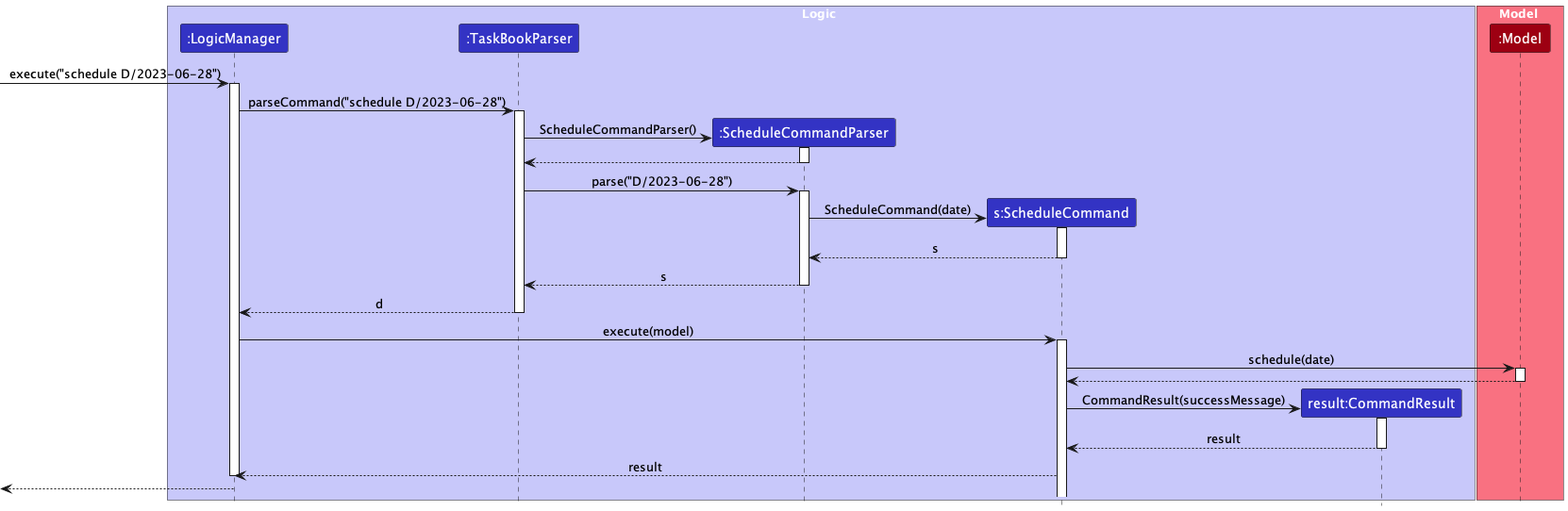
Earlier version of the PlantUML export docs/images/ScheduleCommandNoPlanSequenceDiagram.png (nus-cs2103-AY2223S2/tp).
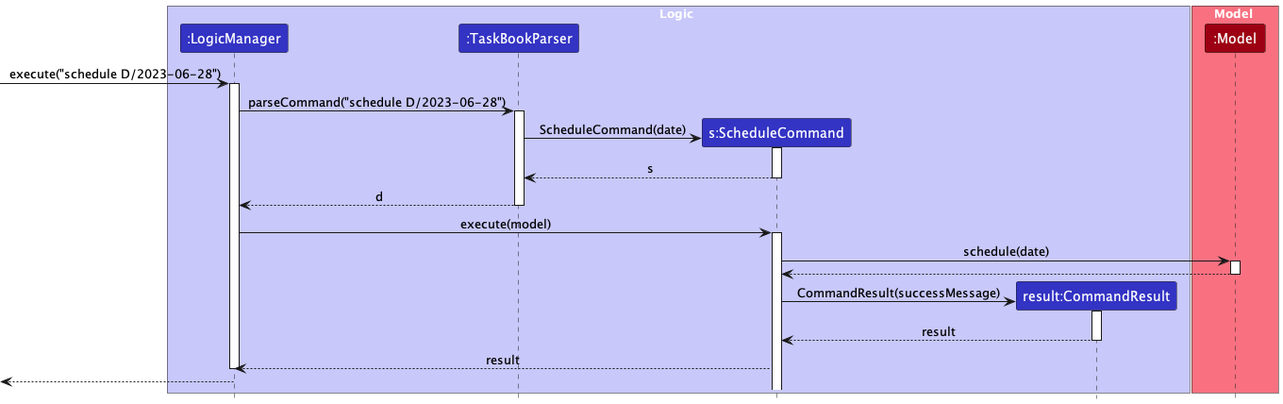
The same diagram one commit later.

Commit message:
Add ppt for allocation algorithm explanations for version control. Simplify sequence diagrams. Format schedule algorithm collapsible sections with HTML tags.

The edit, as a diff of the source:
```diff
@@ -4,7 +4,6 @@
 box Logic LOGIC_COLOR_T1
 participant ":LogicManager" as LogicManager LOGIC_COLOR
 participant ":TaskBookParser" as TaskBookParser LOGIC_COLOR
-participant ":ScheduleCommandParser" as ScheduleCommandParser LOGIC_COLOR
 participant "s:ScheduleCommand" as ScheduleCommand LOGIC_COLOR
 participant "result:CommandResult" as CommandResult LOGIC_COLOR
 end box
@@ -20,25 +19,12 @@
 LogicManager -> TaskBookParser : parseCommand("schedule D/2023-06-28")
 activate TaskBookParser
 
-create ScheduleCommandParser
-TaskBookParser -> ScheduleCommandParser : ScheduleCommandParser()
-activate ScheduleCommandParser
-
-ScheduleCommandParser --> TaskBookParser
-deactivate ScheduleCommandParser
-
-TaskBookParser -> ScheduleCommandParser : parse("D/2023-06-28")
-activate ScheduleCommandParser
-
 create ScheduleCommand
-ScheduleCommandParser -> ScheduleCommand : ScheduleCommand(date)
+TaskBookParser -> ScheduleCommand : ScheduleCommand(date)
 activate ScheduleCommand
 
-ScheduleCommand --> ScheduleCommandParser : s
+ScheduleCommand --> TaskBookParser : s
 deactivate ScheduleCommand
-
-ScheduleCommandParser --> TaskBookParser : s
-deactivate ScheduleCommandParser
 
 TaskBookParser --> LogicManager : d
 deactivate TaskBookParser
```
